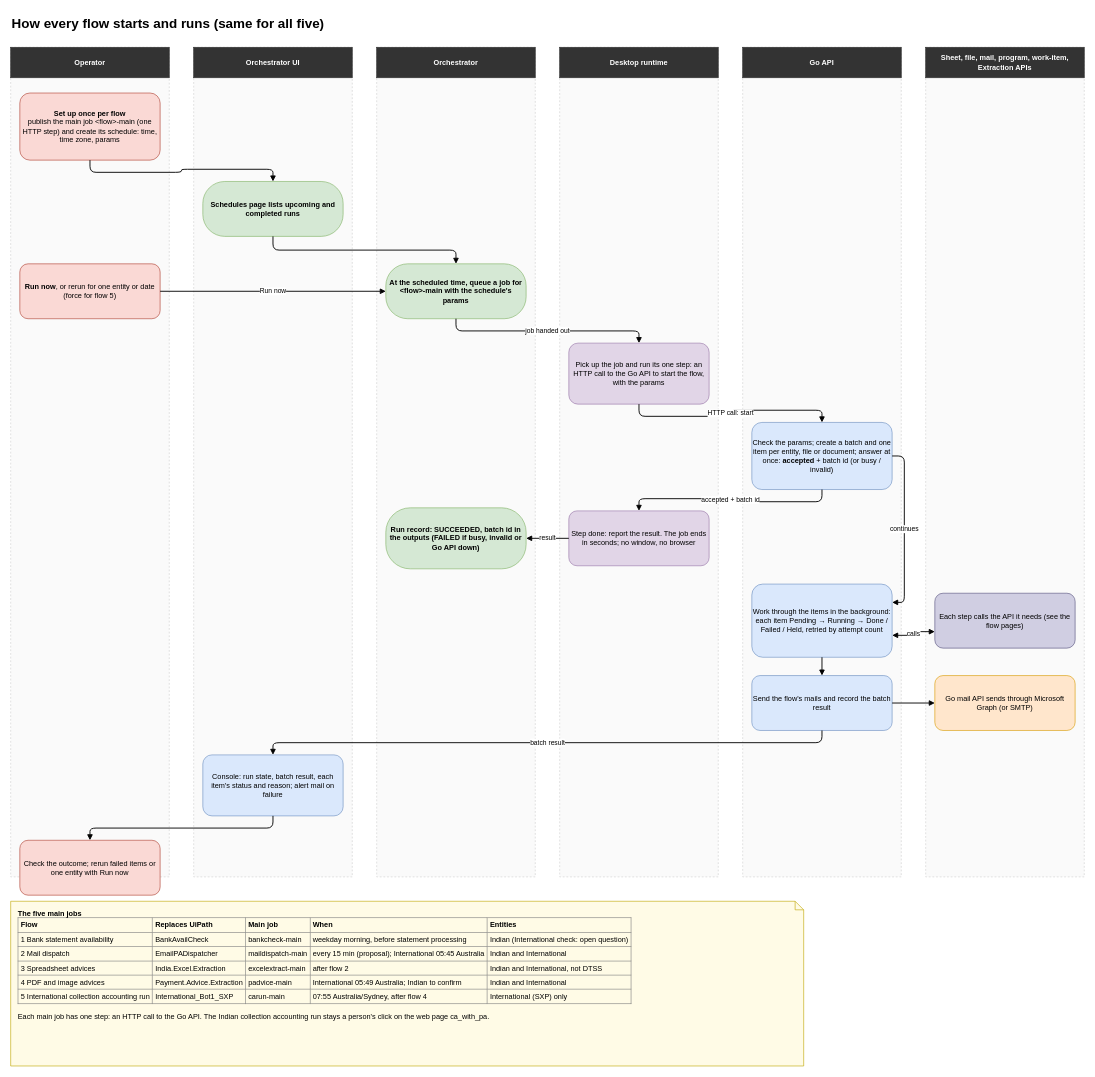
skthom2016/Slim_RPA keeps this draw.io diagram as page "3 How a flow runs" (3 of 8) of tracto/docs/SIS/diagrams/sis-flows-on-tracto.drawio. Above is the earlier version. Source tidied: cells renumbered, new cells numbered last; positions are measured from the earlier drawing's top-left corner, leaving out a move shared by most shapes. Both pictures are drawn from the tidied source at 61%, with x=0, y=0 at pixel (10, 10).
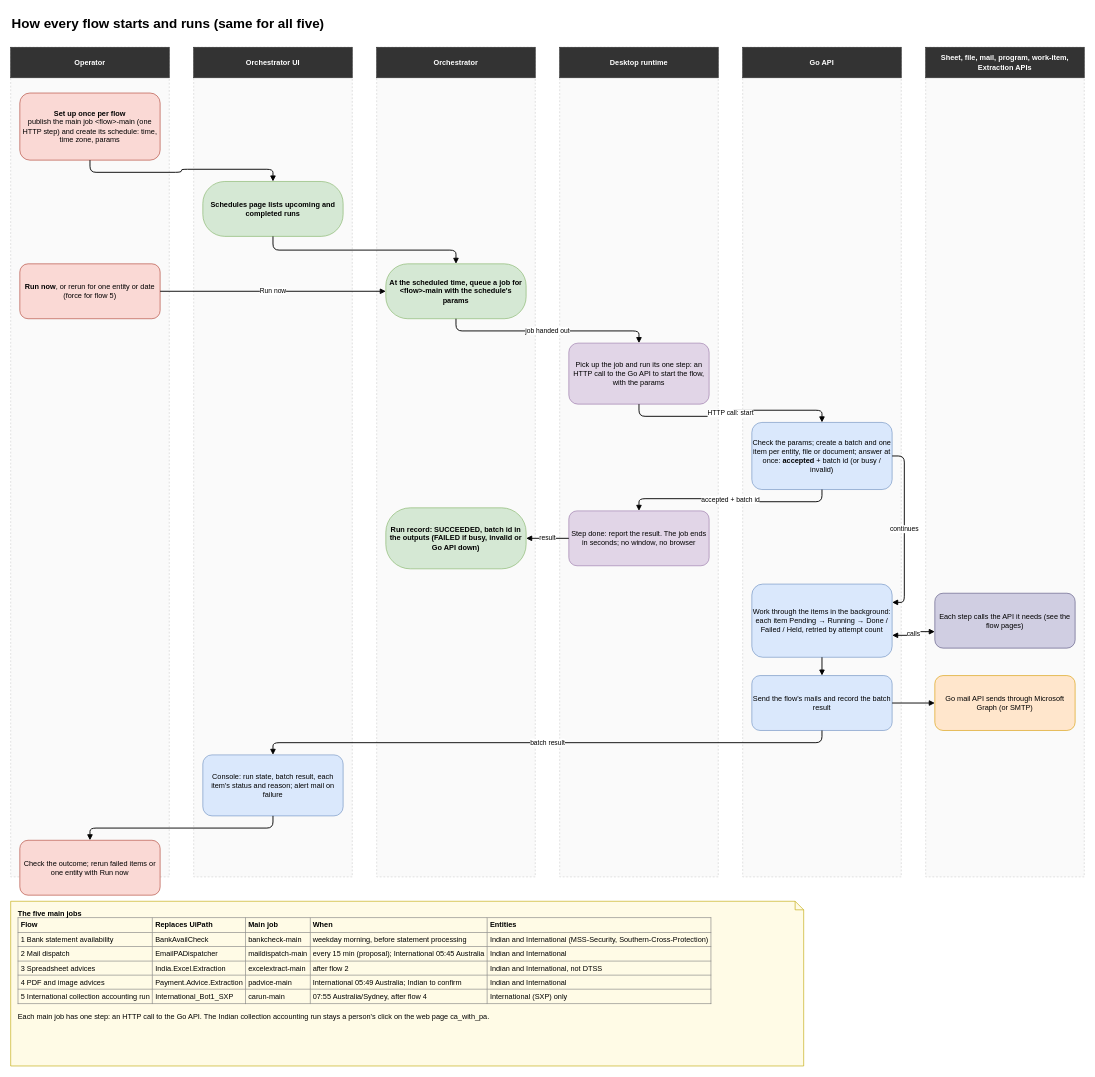
The same diagram, later.

What changed in the source:
```diff
@@
-    <mxCell id="42" value="&lt;b&gt;The five main jobs&lt;/b&gt;&lt;br&gt;&lt;table border='1' cellpadding='4' style='border-collapse:collapse;font-size:12px'&gt;&lt;tr&gt;&lt;th&gt;Flow&lt;/th&gt;&lt;th&gt;Replaces UiPath&lt;/th&gt;&lt;th&gt;Main job&lt;/th&gt;&lt;th&gt;When&lt;/th&gt;&lt;th&gt;Entities&lt;/th&gt;&lt;/tr&gt;&lt;tr&gt;&lt;td&gt;1 Bank statement availability&lt;/td&gt;&lt;td&gt;BankAvailCheck&lt;/td&gt;&lt;td&gt;bankcheck-main&lt;/td&gt;&lt;td&gt;weekday morning, before statement processing&lt;/td&gt;&lt;td&gt;Indian (International check: open question)&lt;/td&gt;&lt;/tr&gt;&lt;tr&gt;&lt;td&gt;2 Mail dispatch&lt;/td&gt;&lt;td&gt;EmailPADispatcher&lt;/td&gt;&lt;td&gt;maildispatch-main&lt;/td&gt;&lt;td&gt;every 15 min (proposal); International 05:45 Australia&lt;/td&gt;&lt;td&gt;Indian and International&lt;/td&gt;&lt;/tr&gt;&lt;tr&gt;&lt;td&gt;3 Spreadsheet advices&lt;/td&gt;&lt;td&gt;India.Excel.Extraction&lt;/td&gt;&lt;td&gt;excelextract-main&lt;/td&gt;&lt;td&gt;after flow 2&lt;/td&gt;&lt;td&gt;Indian and International, not DTSS&lt;/td&gt;&lt;/tr&gt;&lt;tr&gt;&lt;td&gt;4 PDF and image advices&lt;/td&gt;&lt;td&gt;Payment.Advice.Extraction&lt;/td&gt;&lt;td&gt;padvice-main&lt;/td&gt;&lt;td&gt;International 05:49 Australia; Indian to confirm&lt;/td&gt;&lt;td&gt;Indian and International&lt;/td&gt;&lt;/tr&gt;&lt;tr&gt;&lt;td&gt;5 International collection accounting run&lt;/td&gt;&lt;td&gt;International_Bot1_SXP&lt;/td&gt;&lt;td&gt;carun-main&lt;/td&gt;&lt;td&gt;07:55 Australia/Sydney, after flow 4&lt;/td&gt;&lt;td&gt;International (SXP) only&lt;/td&gt;&lt;/tr&gt;&lt;/table&gt;&lt;br&gt;Each main job has one step: an HTTP call to the Go API. The Indian collection accounting run stays a person's click on the web page ca_with_pa." style="shape=note;whiteSpace=wrap;html=1;size=14;fillColor=#fffbe6;strokeColor=#bfa600;align=left;verticalAlign=top;spacingLeft=10;spacingRight=10;spacingTop=6;" parent="1" vertex="1">
+    <mxCell id="42" value="&lt;b&gt;The five main jobs&lt;/b&gt;&lt;br&gt;&lt;table border='1' cellpadding='4' style='border-collapse:collapse;font-size:12px'&gt;&lt;tr&gt;&lt;th&gt;Flow&lt;/th&gt;&lt;th&gt;Replaces UiPath&lt;/th&gt;&lt;th&gt;Main job&lt;/th&gt;&lt;th&gt;When&lt;/th&gt;&lt;th&gt;Entities&lt;/th&gt;&lt;/tr&gt;&lt;tr&gt;&lt;td&gt;1 Bank statement availability&lt;/td&gt;&lt;td&gt;BankAvailCheck&lt;/td&gt;&lt;td&gt;bankcheck-main&lt;/td&gt;&lt;td&gt;weekday morning, before statement processing&lt;/td&gt;&lt;td&gt;Indian and International (MSS-Security, Southern-Cross-Protection)&lt;/td&gt;&lt;/tr&gt;&lt;tr&gt;&lt;td&gt;2 Mail dispatch&lt;/td&gt;&lt;td&gt;EmailPADispatcher&lt;/td&gt;&lt;td&gt;maildispatch-main&lt;/td&gt;&lt;td&gt;every 15 min (proposal); International 05:45 Australia&lt;/td&gt;&lt;td&gt;Indian and International&lt;/td&gt;&lt;/tr&gt;&lt;tr&gt;&lt;td&gt;3 Spreadsheet advices&lt;/td&gt;&lt;td&gt;India.Excel.Extraction&lt;/td&gt;&lt;td&gt;excelextract-main&lt;/td&gt;&lt;td&gt;after flow 2&lt;/td&gt;&lt;td&gt;Indian and International, not DTSS&lt;/td&gt;&lt;/tr&gt;&lt;tr&gt;&lt;td&gt;4 PDF and image advices&lt;/td&gt;&lt;td&gt;Payment.Advice.Extraction&lt;/td&gt;&lt;td&gt;padvice-main&lt;/td&gt;&lt;td&gt;International 05:49 Australia; Indian to confirm&lt;/td&gt;&lt;td&gt;Indian and International&lt;/td&gt;&lt;/tr&gt;&lt;tr&gt;&lt;td&gt;5 International collection accounting run&lt;/td&gt;&lt;td&gt;International_Bot1_SXP&lt;/td&gt;&lt;td&gt;carun-main&lt;/td&gt;&lt;td&gt;07:55 Australia/Sydney, after flow 4&lt;/td&gt;&lt;td&gt;International (SXP) only&lt;/td&gt;&lt;/tr&gt;&lt;/table&gt;&lt;br&gt;Each main job has one step: an HTTP call to the Go API. The Indian collection accounting run stays a person's click on the web page ca_with_pa." style="shape=note;whiteSpace=wrap;html=1;size=14;fillColor=#fffbe6;strokeColor=#bfa600;align=left;verticalAlign=top;spacingLeft=10;spacingRight=10;spacingTop=6;" parent="1" vertex="1">
       <mxGeometry y="1460" width="1300" height="270" as="geometry" />
     </mxCell>
```
